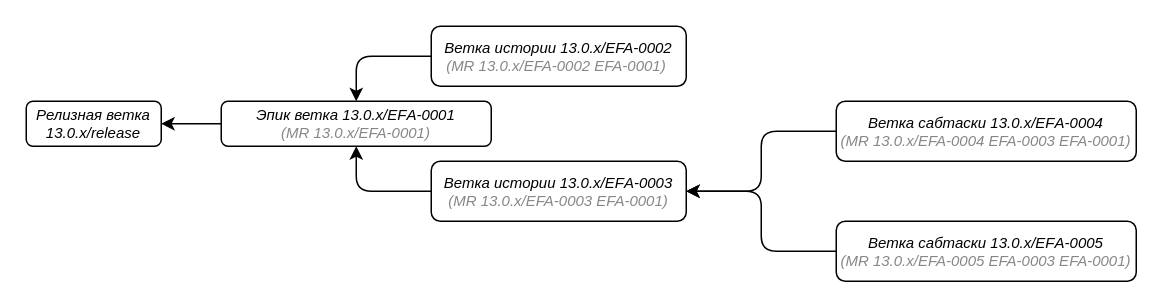
Before: EFA-processes/MR-example.drawio in effective-group/docs-drawio, a draw.io diagram. Source tidied: cells renumbered, new cells numbered last; positions are measured from the earlier drawing's top-left corner, leaving out a move shared by most shapes. Both pictures are drawn from the tidied source at 150%, with x=0, y=0 at pixel (26, 26).
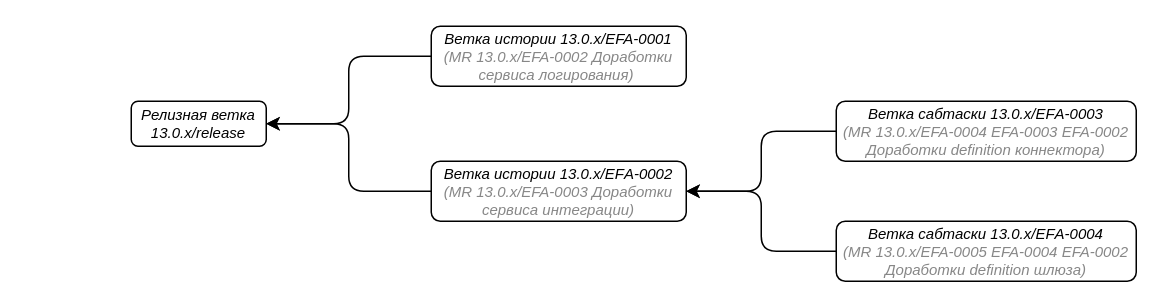
Above is the later version.

The edit, as a diff of the source:
```diff
@@
 <mxGraphModel>
   <root>
     <mxCell id="0" />
     <mxCell id="1" parent="0" />
     <mxCell id="2" value="Релизная ветка 13.0.x/release" style="rounded=1;whiteSpace=wrap;html=1;fontStyle=2;fontSize=10;" parent="1" vertex="1">
-      <mxGeometry y="50" width="90" height="30" as="geometry" />
+      <mxGeometry x="70" y="50" width="90" height="30" as="geometry" />
     </mxCell>
-    <mxCell id="3" value="Эпик ветка 13.0.x/EFА-0001&lt;br&gt;&lt;font color=&quot;#878787&quot;&gt;(MR&amp;nbsp;13.0.x/EFA-0001)&lt;/font&gt;" style="rounded=1;whiteSpace=wrap;html=1;fontStyle=2;fontSize=10;" parent="1" vertex="1">
-      <mxGeometry x="130" y="50" width="180" height="30" as="geometry" />
-    </mxCell>
-    <mxCell id="4" style="edgeStyle=orthogonalEdgeStyle;rounded=1;jettySize=auto;html=1;exitX=0;exitY=0.5;exitDx=0;exitDy=0;entryX=0.5;entryY=1;entryDx=0;entryDy=0;fontSize=10;" parent="1" edge="1" source="5" target="3">
+    <mxCell id="4" style="edgeStyle=orthogonalEdgeStyle;rounded=1;jettySize=auto;html=1;exitX=0;exitY=0.5;exitDx=0;exitDy=0;entryX=1;entryY=0.5;entryDx=0;entryDy=0;fontSize=10;" parent="1" edge="1" source="5" target="2">
       <mxGeometry relative="1" as="geometry" />
     </mxCell>
-    <mxCell id="5" value="Ветка истории 13.0.x/EFА-0003&lt;br&gt;&lt;font color=&quot;#878787&quot;&gt;(MR&amp;nbsp;13.0.x/EFA-0003 EFA-0001)&lt;/font&gt;" style="rounded=1;whiteSpace=wrap;html=1;fontStyle=2;fontSize=10;" parent="1" vertex="1">
+    <mxCell id="5" value="Ветка истории 13.0.x/EFА-0002&lt;br&gt;&lt;font color=&quot;#878787&quot;&gt;(MR&amp;nbsp;13.0.x/EFA-0003 Доработки сервиса интеграции)&lt;/font&gt;" style="rounded=1;whiteSpace=wrap;html=1;fontStyle=2;fontSize=10;" parent="1" vertex="1">
       <mxGeometry x="270" y="90" width="170" height="40" as="geometry" />
     </mxCell>
-    <mxCell id="6" style="edgeStyle=orthogonalEdgeStyle;rounded=1;jettySize=auto;html=1;exitX=0;exitY=0.5;exitDx=0;exitDy=0;entryX=0.5;entryY=0;entryDx=0;entryDy=0;fontSize=10;" parent="1" edge="1" source="7" target="3">
+    <mxCell id="6" style="edgeStyle=orthogonalEdgeStyle;rounded=1;jettySize=auto;html=1;exitX=0;exitY=0.5;exitDx=0;exitDy=0;entryX=1;entryY=0.5;entryDx=0;entryDy=0;fontSize=10;" parent="1" edge="1" source="7" target="2">
       <mxGeometry relative="1" as="geometry" />
     </mxCell>
-    <mxCell id="7" value="Ветка истории 13.0.x/EFA-0002&lt;br&gt;&lt;font color=&quot;#878787&quot;&gt;(MR&amp;nbsp;13.0.x/EFA-0002 EFA-0001)&amp;nbsp;&lt;/font&gt;" style="rounded=1;whiteSpace=wrap;html=1;fontStyle=2;fontSize=10;" parent="1" vertex="1">
+    <mxCell id="7" value="Ветка истории 13.0.x/EFA-0001&lt;br&gt;&lt;font color=&quot;#878787&quot;&gt;(MR&amp;nbsp;13.0.x/EFA-0002 Доработки сервиса логирования)&amp;nbsp;&lt;/font&gt;" style="rounded=1;whiteSpace=wrap;html=1;fontStyle=2;fontSize=10;" parent="1" vertex="1">
       <mxGeometry x="270" width="170" height="40" as="geometry" />
     </mxCell>
     <mxCell id="8" style="edgeStyle=orthogonalEdgeStyle;rounded=1;jettySize=auto;html=1;exitX=0;exitY=0.5;exitDx=0;exitDy=0;entryX=1;entryY=0.5;entryDx=0;entryDy=0;fontSize=10;" parent="1" edge="1" source="9" target="5">
       <mxGeometry relative="1" as="geometry" />
     </mxCell>
-    <mxCell id="9" value="Ветка сабтаски 13.0.x/EFА-0004&lt;br&gt;&lt;font color=&quot;#878787&quot;&gt;(MR&amp;nbsp;13.0.x/EFA-0004 EFA-0003 EFA-0001)&lt;/font&gt;" style="rounded=1;whiteSpace=wrap;html=1;fontStyle=2;fontSize=10;" parent="1" vertex="1">
+    <mxCell id="9" value="Ветка сабтаски 13.0.x/EFА-0003&lt;br&gt;&lt;font color=&quot;#878787&quot;&gt;(MR&amp;nbsp;13.0.x/EFA-0004 EFA-0003 EFA-0002 Доработки definition коннектора)&lt;/font&gt;" style="rounded=1;whiteSpace=wrap;html=1;fontStyle=2;fontSize=10;" parent="1" vertex="1">
       <mxGeometry x="540" y="50" width="200" height="40" as="geometry" />
     </mxCell>
     <mxCell id="10" style="edgeStyle=orthogonalEdgeStyle;rounded=1;jettySize=auto;html=1;exitX=0;exitY=0.5;exitDx=0;exitDy=0;entryX=1;entryY=0.5;entryDx=0;entryDy=0;fontSize=10;" parent="1" edge="1" source="11" target="5">
       <mxGeometry relative="1" as="geometry" />
     </mxCell>
-    <mxCell id="11" value="Ветка сабтаски 13.0.x/EFА-0005&lt;br&gt;&lt;font color=&quot;#878787&quot;&gt;(MR 13.0.x/EFA-0005 EFA-0003 EFA-0001)&lt;/font&gt;" style="rounded=1;whiteSpace=wrap;html=1;fontStyle=2;glass=0;fontSize=10;" parent="1" vertex="1">
+    <mxCell id="11" value="Ветка сабтаски 13.0.x/EFА-0004&lt;br&gt;&lt;font color=&quot;#878787&quot;&gt;(MR 13.0.x/EFA-0005 EFA-0004 EFA-0002 Доработки definition шлюза)&lt;/font&gt;" style="rounded=1;whiteSpace=wrap;html=1;fontStyle=2;glass=0;fontSize=10;" parent="1" vertex="1">
       <mxGeometry x="540" y="130" width="200" height="40" as="geometry" />
     </mxCell>
-    <mxCell id="12" style="endArrow=classic;html=1;rounded=1;entryX=1;entryY=0.5;entryDx=0;entryDy=0;exitX=0;exitY=0.5;exitDx=0;exitDy=0;fontSize=10;" parent="1" edge="1" source="3" target="2">
-      <mxGeometry relative="1" as="geometry" />
-    </mxCell>
   </root>
 </mxGraphModel>
```
